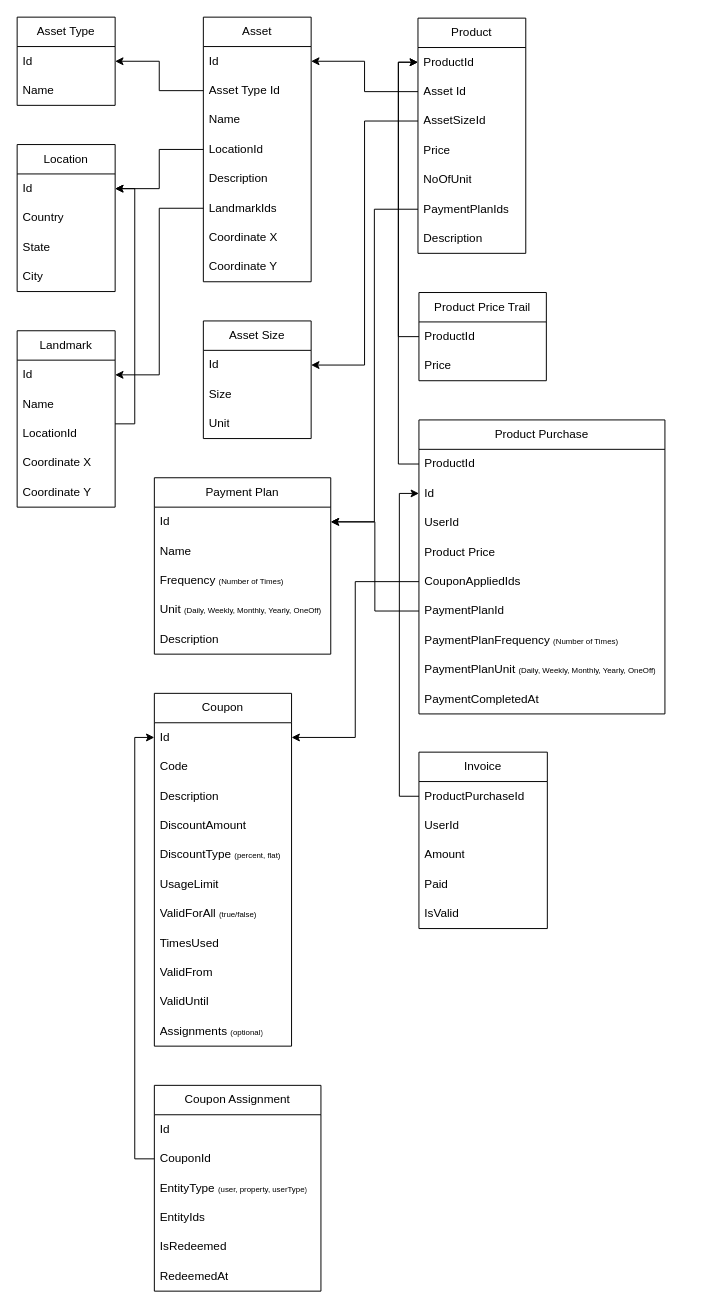
isaac-code/diagrams keeps this draw.io diagram as sellperty.drawio. Above is the earlier version. Source tidied: cells renumbered, new cells numbered last; positions are measured from the earlier drawing's top-left corner, leaving out a move shared by most shapes. Both pictures are drawn from the tidied source at 98%, with x=0, y=0 at pixel (17, 17).
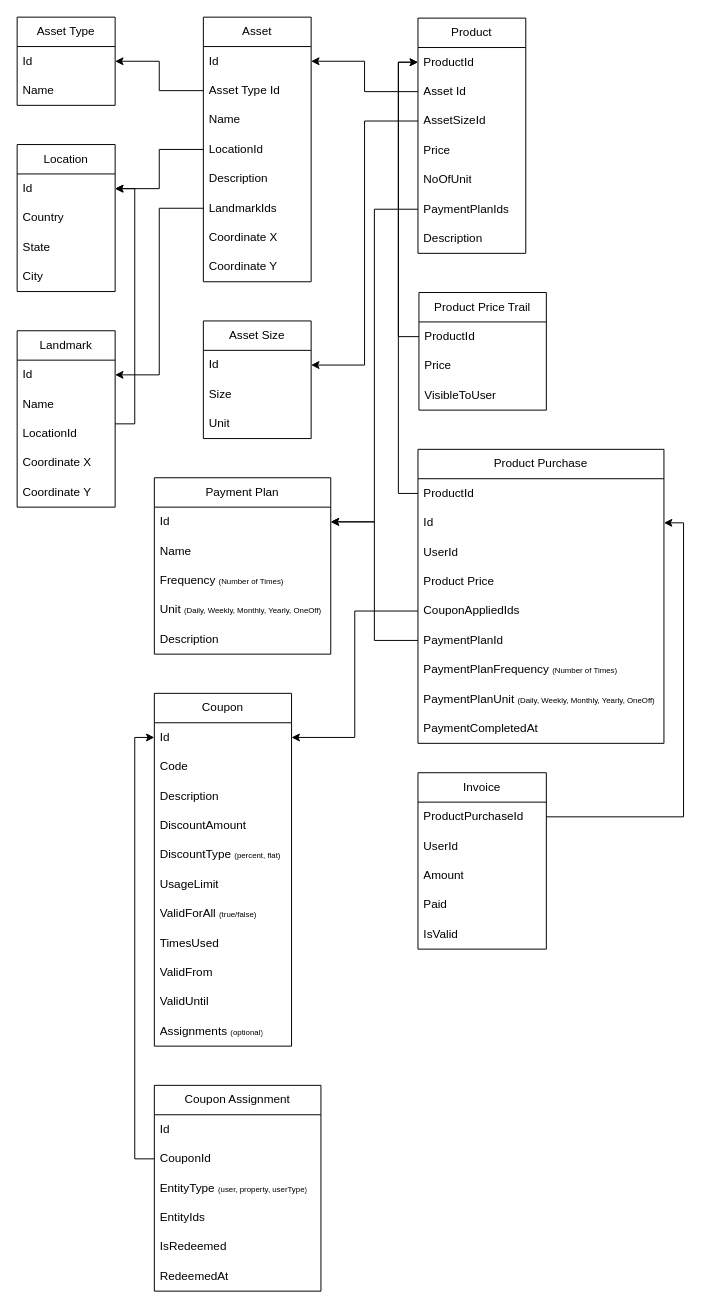
Above is the later version.

Commit message:
update product trail add visibleToUser

Unchanged cells that the change refers to:
```xml
<mxCell id="53" value="Id" style="text;strokeColor=none;fillColor=none;align=left;verticalAlign=middle;spacingLeft=4;spacingRight=4;overflow=hidden;points=[[0,0.5],[1,0.5]];portConstraint=eastwest;whiteSpace=wrap;html=1;" parent="51" vertex="1">
  <mxGeometry y="60" width="251" height="30" as="geometry" />
</mxCell>
<mxCell id="63" value="ProductPurchaseId" style="text;strokeColor=none;fillColor=none;align=left;verticalAlign=middle;spacingLeft=4;spacingRight=4;overflow=hidden;points=[[0,0.5],[1,0.5]];portConstraint=eastwest;whiteSpace=wrap;html=1;" parent="62" vertex="1">
  <mxGeometry y="30" width="131" height="30" as="geometry" />
</mxCell>
```

Change to the diagram source:
```diff
@@
     <mxCell id="43" value="Product Price Trail" style="swimlane;fontStyle=0;horizontal=1;startSize=30;whiteSpace=wrap;html=1;" parent="1" vertex="1">
-      <mxGeometry x="410" y="281" width="130" height="90" as="geometry" />
+      <mxGeometry x="410" y="281" width="130" height="120" as="geometry" />
     </mxCell>
@@
+    <mxCell id="94" value="VisibleToUser" style="text;strokeColor=none;fillColor=none;align=left;verticalAlign=middle;spacingLeft=4;spacingRight=4;overflow=hidden;whiteSpace=wrap;html=1;" parent="43" vertex="1">
+      <mxGeometry y="90" width="130" height="30" as="geometry" />
+    </mxCell>
@@
     <mxCell id="51" value="Product Purchase" style="swimlane;fontStyle=0;horizontal=1;startSize=30;whiteSpace=wrap;html=1;" parent="1" vertex="1">
-      <mxGeometry x="410" y="411" width="251" height="300" as="geometry" />
+      <mxGeometry x="409" y="441" width="251" height="300" as="geometry" />
     </mxCell>
@@
     <mxCell id="62" value="Invoice" style="swimlane;fontStyle=0;horizontal=1;startSize=30;whiteSpace=wrap;html=1;" parent="1" vertex="1">
-      <mxGeometry x="410" y="750" width="131" height="180" as="geometry" />
+      <mxGeometry x="409" y="771" width="131" height="180" as="geometry" />
     </mxCell>
@@
-    <mxCell id="93" style="edgeStyle=orthogonalEdgeStyle;rounded=0;jettySize=auto;html=1;entryX=0;entryY=0.5;entryDx=0;entryDy=0;" parent="1" edge="1" source="63" target="53">
-      <mxGeometry relative="1" as="geometry">
-        <Array as="points">
-          <mxPoint x="390" y="795" />
-          <mxPoint x="390" y="486" />
-        </Array>
-      </mxGeometry>
+    <mxCell id="93" style="edgeStyle=orthogonalEdgeStyle;rounded=0;jettySize=auto;html=1;entryX=1;entryY=0.5;entryDx=0;entryDy=0;" parent="1" edge="1" source="63" target="53">
+      <mxGeometry relative="1" as="geometry" />
     </mxCell>
```
